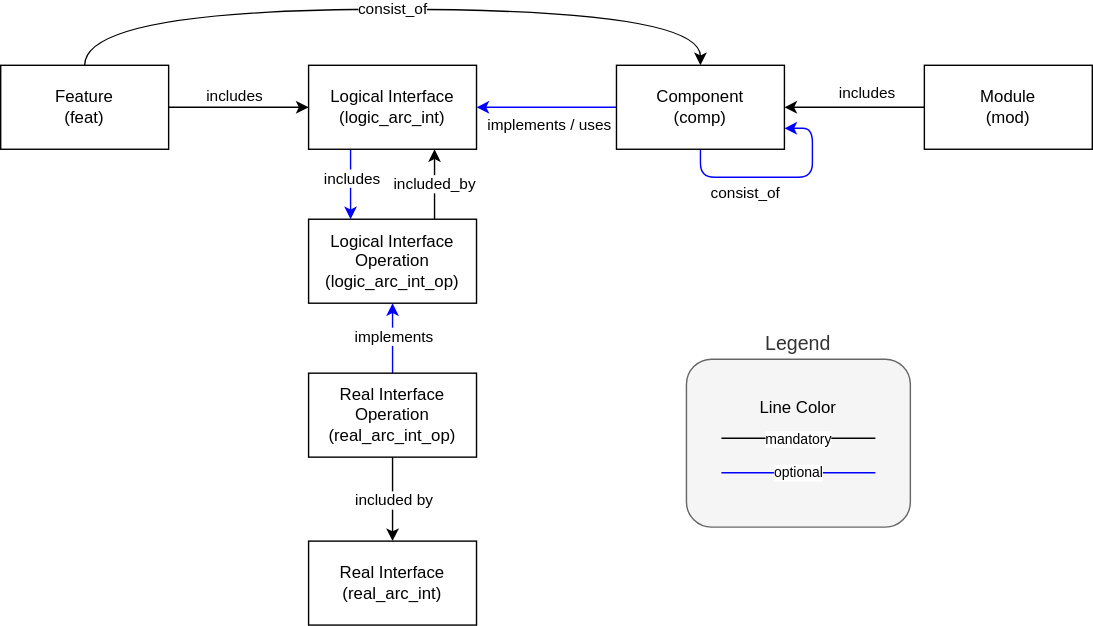
Before: main/_images/metamodel_architectural_design.drawio.svg, a diagram exported from draw.io (eclipse-score/process_description). Source tidied: cells renumbered, new cells last; positions are measured from the earlier drawing's top-left corner, leaving out a move shared by most shapes. Its diagram source:
```xml
<mxGraphModel>
  <root>
    <mxCell id="0" />
    <mxCell id="1" parent="0" />
    <mxCell id="2" style="edgeStyle=orthogonalEdgeStyle;rounded=0;jettySize=auto;html=1;" parent="1" edge="1" source="5" target="8">
      <mxGeometry relative="1" as="geometry" />
    </mxCell>
    <mxCell id="3" value="includes" style="edgeLabel;html=1;align=center;verticalAlign=bottom;labelBackgroundColor=default;" parent="2" vertex="1">
      <mxGeometry x="0.3" y="-1" relative="1" as="geometry">
        <mxPoint x="-19" y="-1" as="offset" />
      </mxGeometry>
    </mxCell>
    <mxCell id="4" value="consist_of" style="edgeStyle=orthogonalEdgeStyle;html=1;exitX=0.5;exitY=0;exitDx=0;exitDy=0;entryX=0.5;entryY=0;entryDx=0;entryDy=0;curved=1;" parent="1" edge="1" source="5" target="21">
      <mxGeometry relative="1" as="geometry">
        <Array as="points">
          <mxPoint x="60" />
          <mxPoint x="500" />
        </Array>
      </mxGeometry>
    </mxCell>
    <mxCell id="5" value="Feature&lt;br&gt;(feat)" style="rounded=0;whiteSpace=wrap;html=1;" parent="1" vertex="1">
      <mxGeometry y="40" width="120" height="60" as="geometry" />
    </mxCell>
    <mxCell id="6" style="edgeStyle=orthogonalEdgeStyle;rounded=0;jettySize=auto;html=1;startArrow=none;startFill=0;endArrow=classic;endFill=1;entryX=0.25;entryY=0;entryDx=0;entryDy=0;exitX=0.25;exitY=1;exitDx=0;exitDy=0;strokeColor=#0000FF;" parent="1" edge="1" source="8" target="10">
      <mxGeometry relative="1" as="geometry" />
    </mxCell>
    <mxCell id="7" value="includes" style="edgeLabel;html=1;align=center;verticalAlign=middle;labelBackgroundColor=default;" parent="6" vertex="1">
      <mxGeometry x="-0.03" y="5" relative="1" as="geometry">
        <mxPoint x="-5" y="-4" as="offset" />
      </mxGeometry>
    </mxCell>
    <mxCell id="8" value="Logical Interface&lt;div&gt;(logic_arc_int)&lt;/div&gt;" style="rounded=0;whiteSpace=wrap;html=1;" parent="1" vertex="1">
      <mxGeometry x="220" y="40" width="120" height="60" as="geometry" />
    </mxCell>
    <mxCell id="9" value="included_by" style="edgeStyle=none;html=1;exitX=0.75;exitY=0;exitDx=0;exitDy=0;entryX=0.75;entryY=1;entryDx=0;entryDy=0;" parent="1" edge="1" source="10" target="8">
      <mxGeometry relative="1" as="geometry" />
    </mxCell>
    <mxCell id="10" value="Logical Interface&lt;br&gt;Operation&lt;br&gt;(logic_arc_int_op)" style="rounded=0;whiteSpace=wrap;html=1;" parent="1" vertex="1">
      <mxGeometry x="220" y="150" width="120" height="60" as="geometry" />
    </mxCell>
    <mxCell id="11" style="edgeStyle=orthogonalEdgeStyle;rounded=0;jettySize=auto;html=1;strokeColor=#0000FF;" parent="1" edge="1" source="13" target="10">
      <mxGeometry relative="1" as="geometry" />
    </mxCell>
    <mxCell id="12" value="implements" style="edgeLabel;html=1;align=center;verticalAlign=middle;" parent="11" vertex="1">
      <mxGeometry x="-0.12" y="5" relative="1" as="geometry">
        <mxPoint x="5" y="-5" as="offset" />
      </mxGeometry>
    </mxCell>
    <mxCell id="13" value="Real Interface&lt;br&gt;Operation&lt;div&gt;(real_arc_int_op)&lt;/div&gt;" style="rounded=0;whiteSpace=wrap;html=1;" parent="1" vertex="1">
      <mxGeometry x="220" y="260" width="120" height="60" as="geometry" />
    </mxCell>
    <mxCell id="14" style="edgeStyle=orthogonalEdgeStyle;rounded=0;jettySize=auto;html=1;startArrow=classic;startFill=1;endArrow=none;endFill=0;" parent="1" edge="1" source="16" target="13">
      <mxGeometry relative="1" as="geometry" />
    </mxCell>
    <mxCell id="15" value="included by" style="edgeLabel;html=1;align=center;verticalAlign=middle;" parent="14" vertex="1">
      <mxGeometry x="0.27" y="-2" relative="1" as="geometry">
        <mxPoint x="-2" y="8" as="offset" />
      </mxGeometry>
    </mxCell>
    <mxCell id="16" value="Real Interface&lt;div&gt;(real_arc_int)&lt;/div&gt;" style="rounded=0;whiteSpace=wrap;html=1;" parent="1" vertex="1">
      <mxGeometry x="220" y="380" width="120" height="60" as="geometry" />
    </mxCell>
    <mxCell id="17" style="edgeStyle=orthogonalEdgeStyle;rounded=0;jettySize=auto;html=1;entryX=1;entryY=0.5;entryDx=0;entryDy=0;strokeColor=#0000FF;" parent="1" edge="1" source="21" target="8">
      <mxGeometry relative="1" as="geometry" />
    </mxCell>
    <mxCell id="18" value="implements / uses" style="edgeLabel;html=1;align=center;verticalAlign=top;labelBackgroundColor=none;" parent="17" vertex="1">
      <mxGeometry x="0.08" y="1" relative="1" as="geometry">
        <mxPoint x="5" y="-1" as="offset" />
      </mxGeometry>
    </mxCell>
    <mxCell id="19" style="edgeStyle=orthogonalEdgeStyle;rounded=1;orthogonalLoop=1;jettySize=auto;html=1;exitX=0.5;exitY=1;exitDx=0;exitDy=0;entryX=1;entryY=0.75;entryDx=0;entryDy=0;strokeColor=#0000FF;curved=0;" parent="1" edge="1" source="21" target="21">
      <mxGeometry relative="1" as="geometry" />
    </mxCell>
    <mxCell id="20" value="consist_of" style="edgeLabel;html=1;align=center;verticalAlign=middle;" parent="19" vertex="1">
      <mxGeometry x="-0.11" y="2" relative="1" as="geometry">
        <mxPoint x="-18" y="12" as="offset" />
      </mxGeometry>
    </mxCell>
    <mxCell id="21" value="Component&lt;div&gt;(comp)&lt;/div&gt;" style="rounded=0;whiteSpace=wrap;html=1;" parent="1" vertex="1">
      <mxGeometry x="440" y="40" width="120" height="60" as="geometry" />
    </mxCell>
    <mxCell id="22" style="edgeStyle=orthogonalEdgeStyle;rounded=0;jettySize=auto;html=1;" parent="1" edge="1" source="24" target="21">
      <mxGeometry relative="1" as="geometry" />
    </mxCell>
    <mxCell id="23" value="includes" style="edgeLabel;html=1;align=center;verticalAlign=bottom;" parent="22" vertex="1">
      <mxGeometry x="-0.15" y="-1" relative="1" as="geometry">
        <mxPoint y="-1" as="offset" />
      </mxGeometry>
    </mxCell>
    <mxCell id="24" value="Module&lt;div&gt;(mod)&lt;/div&gt;" style="rounded=0;whiteSpace=wrap;html=1;" parent="1" vertex="1">
      <mxGeometry x="660" y="40" width="120" height="60" as="geometry" />
    </mxCell>
    <mxCell id="25" value="Legend" style="rounded=1;whiteSpace=wrap;html=1;verticalAlign=bottom;labelPosition=center;verticalLabelPosition=top;align=center;fontSize=14;fillColor=#f5f5f5;fontColor=#333333;strokeColor=#666666;" parent="1" vertex="1">
      <mxGeometry x="490" y="250" width="160" height="120" as="geometry" />
    </mxCell>
    <mxCell id="26" value="mandatory" style="endArrow=none;html=1;entryX=0.778;entryY=0.19;entryDx=0;entryDy=0;entryPerimeter=0;fontSize=10;" parent="1" edge="1">
      <mxGeometry relative="1" as="geometry">
        <mxPoint x="515" y="306.5" as="sourcePoint" />
        <mxPoint x="625" y="306.5" as="targetPoint" />
      </mxGeometry>
    </mxCell>
    <mxCell id="27" value="optional" style="endArrow=none;html=1;entryX=0.778;entryY=0.19;entryDx=0;entryDy=0;entryPerimeter=0;strokeColor=#0000FF;fontSize=10;" parent="1" edge="1">
      <mxGeometry relative="1" as="geometry">
        <mxPoint x="515" y="331.1" as="sourcePoint" />
        <mxPoint x="625" y="331.1" as="targetPoint" />
      </mxGeometry>
    </mxCell>
    <mxCell id="28" value="Line Color" style="text;html=1;align=center;verticalAlign=middle;whiteSpace=wrap;rounded=0;fontSize=12;" parent="1" vertex="1">
      <mxGeometry x="540" y="270" width="60" height="30" as="geometry" />
    </mxCell>
  </root>
</mxGraphModel>
```
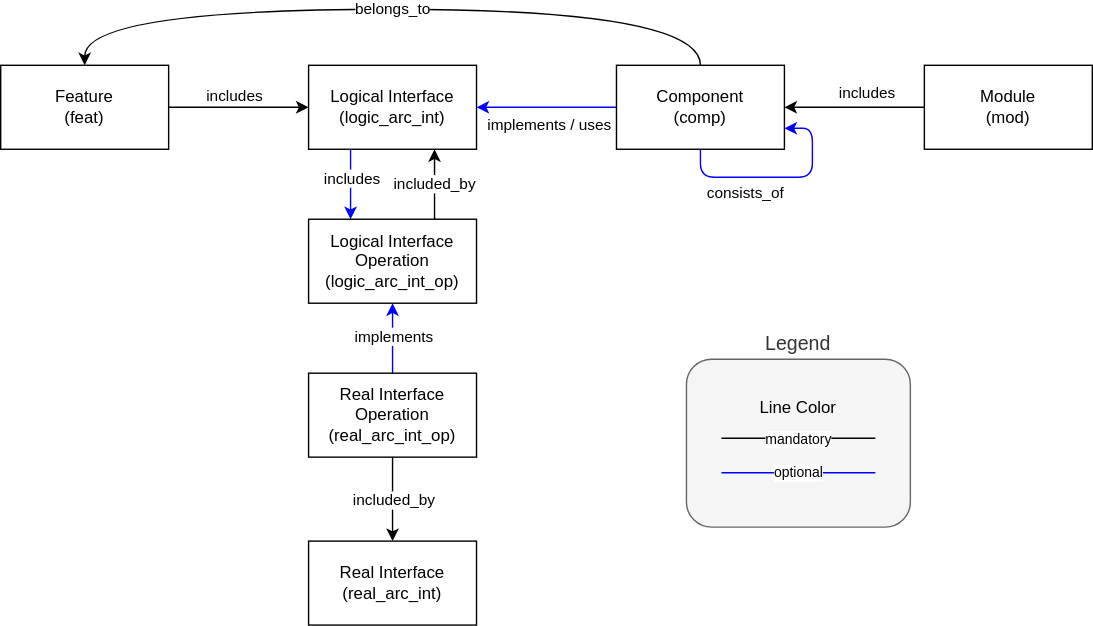
Later version of the same file.

The edit, as a diff of the source:
```diff
@@ -10,7 +10,7 @@
         <mxPoint x="-19" y="-1" as="offset" />
       </mxGeometry>
     </mxCell>
-    <mxCell id="4" value="consist_of" style="edgeStyle=orthogonalEdgeStyle;html=1;exitX=0.5;exitY=0;exitDx=0;exitDy=0;entryX=0.5;entryY=0;entryDx=0;entryDy=0;curved=1;" parent="1" edge="1" source="5" target="21">
+    <mxCell id="4" value="belongs_to" style="edgeStyle=orthogonalEdgeStyle;html=1;exitX=0.5;exitY=0;exitDx=0;exitDy=0;entryX=0.5;entryY=0;entryDx=0;entryDy=0;curved=1;endArrow=none;endFill=0;startArrow=classic;startFill=1;" parent="1" edge="1" source="5" target="21">
       <mxGeometry relative="1" as="geometry">
         <Array as="points">
           <mxPoint x="60" />
@@ -52,7 +52,7 @@
     <mxCell id="14" style="edgeStyle=orthogonalEdgeStyle;rounded=0;jettySize=auto;html=1;startArrow=classic;startFill=1;endArrow=none;endFill=0;" parent="1" edge="1" source="16" target="13">
       <mxGeometry relative="1" as="geometry" />
     </mxCell>
-    <mxCell id="15" value="included by" style="edgeLabel;html=1;align=center;verticalAlign=middle;" parent="14" vertex="1">
+    <mxCell id="15" value="included_by" style="edgeLabel;html=1;align=center;verticalAlign=middle;" parent="14" vertex="1">
       <mxGeometry x="0.27" y="-2" relative="1" as="geometry">
         <mxPoint x="-2" y="8" as="offset" />
       </mxGeometry>
@@ -71,7 +71,7 @@
     <mxCell id="19" style="edgeStyle=orthogonalEdgeStyle;rounded=1;orthogonalLoop=1;jettySize=auto;html=1;exitX=0.5;exitY=1;exitDx=0;exitDy=0;entryX=1;entryY=0.75;entryDx=0;entryDy=0;strokeColor=#0000FF;curved=0;" parent="1" edge="1" source="21" target="21">
       <mxGeometry relative="1" as="geometry" />
     </mxCell>
-    <mxCell id="20" value="consist_of" style="edgeLabel;html=1;align=center;verticalAlign=middle;" parent="19" vertex="1">
+    <mxCell id="20" value="consists_of" style="edgeLabel;html=1;align=center;verticalAlign=middle;" parent="19" vertex="1">
       <mxGeometry x="-0.11" y="2" relative="1" as="geometry">
         <mxPoint x="-18" y="12" as="offset" />
       </mxGeometry>
```
